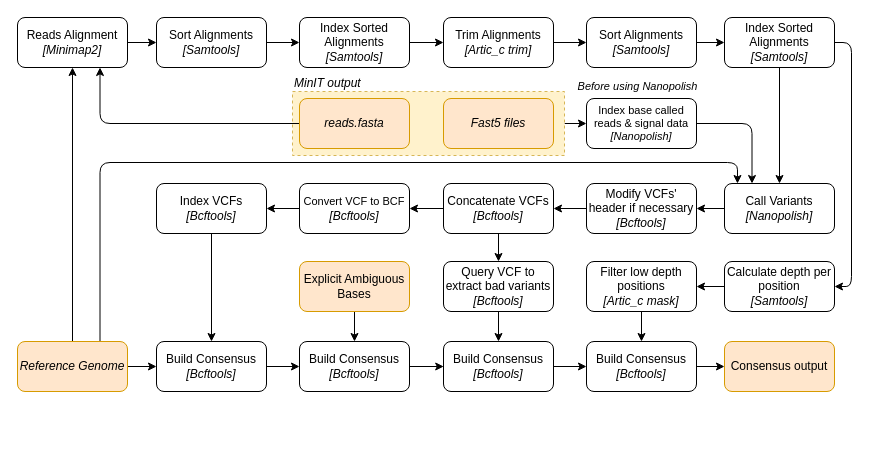
Before: page "ArticPipeline" (9 of 12) of server_mobile_connection.drawio in hiruna72/f5n, a draw.io diagram. Source tidied: cells renumbered, new cells numbered last; positions are measured from the earlier drawing's top-left corner, leaving out a move shared by most shapes. Both pictures are drawn from the tidied source at 100%, with x=0, y=0 at pixel (17, 17).
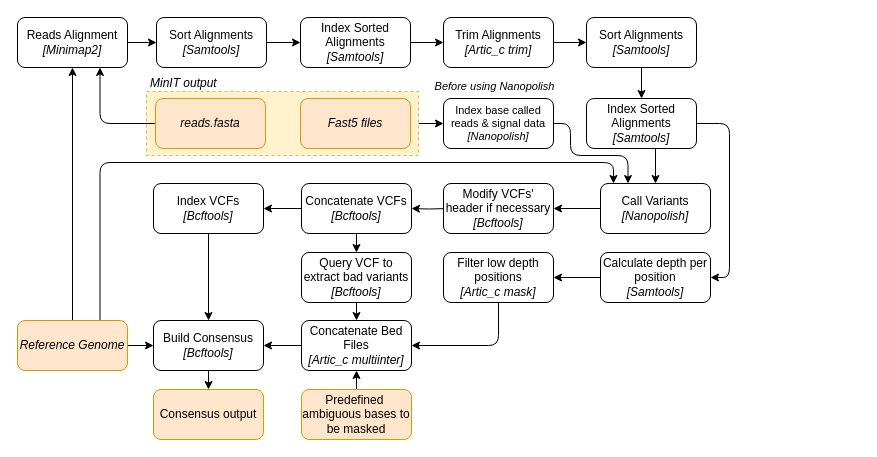
Above is the later version.

The change refers to these unchanged cells:
```xml
<mxCell id="24" value="Sort Alignments&lt;br&gt;&lt;div&gt;&lt;i&gt;[Samtools]&lt;br&gt;&lt;/i&gt;&lt;/div&gt;" style="rounded=1;whiteSpace=wrap;html=1;" parent="1" vertex="1">
  <mxGeometry x="569" width="110" height="50" as="geometry" />
</mxCell>
```

What changed in the source:
```diff
@@
     <mxCell id="3" style="rounded=0;whiteSpace=wrap;html=1;fillColor=#fff2cc;strokeColor=#d6b656;dashed=1;" parent="1" vertex="1">
-      <mxGeometry x="275" y="74" width="272" height="64" as="geometry" />
+      <mxGeometry x="129" y="74" width="272" height="64" as="geometry" />
     </mxCell>
@@
     <mxCell id="5" style="edgeStyle=orthogonalEdgeStyle;rounded=1&#10;;jettySize=auto;html=1;exitX=0.75;exitY=0;exitDx=0;exitDy=0;entryX=0.118;entryY=0;entryDx=0;entryDy=0;entryPerimeter=0;" parent="1" edge="1" source="7" target="26">
       <mxGeometry relative="1" as="geometry">
         <Array as="points">
-          <mxPoint x="82" y="145" />
-          <mxPoint x="720" y="145" />
+          <mxPoint x="83" y="145" />
+          <mxPoint x="596" y="145" />
         </Array>
       </mxGeometry>
     </mxCell>
@@
     <mxCell id="7" value="&lt;i&gt;Reference Genome&lt;/i&gt;" style="rounded=1;whiteSpace=wrap;html=1;fillColor=#ffe6cc;strokeColor=#d79b00;" parent="1" vertex="1">
-      <mxGeometry y="324" width="110" height="50" as="geometry" />
+      <mxGeometry y="303" width="110" height="50" as="geometry" />
     </mxCell>
     <mxCell id="8" value="&lt;i&gt;Fast5 files&lt;/i&gt;" style="rounded=1;whiteSpace=wrap;html=1;fillColor=#ffe6cc;strokeColor=#d79b00;" parent="1" vertex="1">
-      <mxGeometry x="426" y="81" width="110" height="50" as="geometry" />
+      <mxGeometry x="283" y="81" width="110" height="50" as="geometry" />
     </mxCell>
@@
     <mxCell id="10" value="&lt;i&gt;reads.fasta&lt;/i&gt;" style="rounded=1;whiteSpace=wrap;html=1;fillColor=#ffe6cc;strokeColor=#d79b00;" parent="1" vertex="1">
-      <mxGeometry x="282" y="81" width="110" height="50" as="geometry" />
+      <mxGeometry x="138" y="81" width="110" height="50" as="geometry" />
     </mxCell>
@@
     <mxCell id="16" value="Index Sorted Alignments&lt;br&gt;&lt;div&gt;&lt;i&gt;[Samtools]&lt;br&gt;&lt;/i&gt;&lt;/div&gt;" style="rounded=1;whiteSpace=wrap;html=1;" parent="1" vertex="1">
-      <mxGeometry x="282" width="110" height="50" as="geometry" />
+      <mxGeometry x="283" width="110" height="50" as="geometry" />
     </mxCell>
     <mxCell id="17" style="edgeStyle=orthogonalEdgeStyle;rounded=1;jettySize=auto;html=1;exitX=1;exitY=0.5;exitDx=0;exitDy=0;entryX=0.25;entryY=0;entryDx=0;entryDy=0;" parent="1" edge="1" source="18" target="26">
-      <mxGeometry relative="1" as="geometry" />
+      <mxGeometry relative="1" as="geometry">
+        <Array as="points">
+          <mxPoint x="553" y="106" />
+          <mxPoint x="553" y="138" />
+          <mxPoint x="611" y="138" />
+        </Array>
+      </mxGeometry>
     </mxCell>
     <mxCell id="18" value="&lt;div style=&quot;font-size: 11px&quot;&gt;&lt;font style=&quot;font-size: 11px&quot;&gt;Index base called reads &amp;amp; signal data&lt;/font&gt;&lt;/div&gt;&lt;div style=&quot;font-size: 11px&quot;&gt;&lt;font style=&quot;font-size: 11px&quot;&gt;&lt;i&gt;[Nanopolish&lt;/i&gt;&lt;/font&gt;&lt;i&gt;]&lt;/i&gt;&lt;/div&gt;" style="rounded=1;whiteSpace=wrap;html=1;" parent="1" vertex="1">
-      <mxGeometry x="569" y="81" width="110" height="50" as="geometry" />
+      <mxGeometry x="426" y="81" width="110" height="50" as="geometry" />
     </mxCell>
     <mxCell id="19" value="&lt;i&gt;MinIT output&lt;/i&gt;" style="text;html=1;align=left;verticalAlign=top;spacingTop=-4;" parent="1" vertex="1">
-      <mxGeometry x="275" y="56" width="80" height="20" as="geometry" />
+      <mxGeometry x="131" y="56" width="80" height="20" as="geometry" />
     </mxCell>
     <mxCell id="20" value="&lt;div style=&quot;font-size: 11px&quot; align=&quot;center&quot;&gt;&lt;font style=&quot;font-size: 11px&quot;&gt;&lt;i&gt;&lt;font style=&quot;font-size: 11px&quot;&gt;Before using Nanopolish&lt;/font&gt;&lt;/i&gt;&lt;/font&gt;&lt;/div&gt;" style="text;html=1;align=center;verticalAlign=top;spacingTop=-4;" parent="1" vertex="1">
-      <mxGeometry x="555" y="60" width="130" height="14" as="geometry" />
+      <mxGeometry x="412" y="60" width="130" height="14" as="geometry" />
     </mxCell>
@@
-    <mxCell id="23" style="edgeStyle=orthogonalEdgeStyle;rounded=0;jettySize=auto;html=1;exitX=1;exitY=0.5;exitDx=0;exitDy=0;entryX=0;entryY=0.5;entryDx=0;entryDy=0;" parent="1" edge="1" source="24" target="51">
+    <mxCell id="23" style="edgeStyle=orthogonalEdgeStyle;rounded=0;jettySize=auto;html=1;exitX=0.5;exitY=1;exitDx=0;exitDy=0;" parent="1" edge="1" source="24" target="51">
       <mxGeometry relative="1" as="geometry" />
     </mxCell>
@@
     <mxCell id="26" value="&lt;div&gt;Call Variants&lt;br&gt;&lt;/div&gt;&lt;div&gt;&lt;i&gt;[Nanopolish]&lt;/i&gt;&lt;/div&gt;" style="rounded=1;whiteSpace=wrap;html=1;" parent="1" vertex="1">
-      <mxGeometry x="707" y="166" width="110" height="50" as="geometry" />
+      <mxGeometry x="583" y="166" width="110" height="50" as="geometry" />
     </mxCell>
-    <mxCell id="27" style="edgeStyle=orthogonalEdgeStyle;rounded=0;jettySize=auto;html=1;" parent="1" edge="1" source="28" target="31">
-      <mxGeometry relative="1" as="geometry" />
+    <mxCell id="27" style="edgeStyle=orthogonalEdgeStyle;rounded=0;jettySize=auto;html=1;" parent="1" edge="1" target="31">
+      <mxGeometry relative="1" as="geometry">
+        <mxPoint x="431" y="191" as="sourcePoint" />
+      </mxGeometry>
     </mxCell>
     <mxCell id="28" value="Modify VCFs' header if necessary&lt;br&gt;&lt;div&gt;&lt;i&gt;[Bcftools]&lt;br&gt;&lt;/i&gt;&lt;/div&gt;" style="rounded=1;whiteSpace=wrap;html=1;" parent="1" vertex="1">
-      <mxGeometry x="569" y="166" width="110" height="50" as="geometry" />
+      <mxGeometry x="426" y="166" width="110" height="50" as="geometry" />
     </mxCell>
-    <mxCell id="29" style="edgeStyle=orthogonalEdgeStyle;rounded=0;jettySize=auto;html=1;" parent="1" edge="1" source="31" target="33">
+    <mxCell id="29" style="edgeStyle=orthogonalEdgeStyle;rounded=0;jettySize=auto;html=1;entryX=1;entryY=0.5;entryDx=0;entryDy=0;" parent="1" edge="1" source="31" target="35">
       <mxGeometry relative="1" as="geometry" />
     </mxCell>
@@
     <mxCell id="31" value="Concatenate VCFs &lt;br&gt;&lt;div&gt;&lt;i&gt;[Bcftools]&lt;br&gt;&lt;/i&gt;&lt;/div&gt;" style="rounded=1;whiteSpace=wrap;html=1;" parent="1" vertex="1">
-      <mxGeometry x="426" y="166" width="110" height="50" as="geometry" />
+      <mxGeometry x="284" y="166" width="110" height="50" as="geometry" />
     </mxCell>
-    <mxCell id="32" style="edgeStyle=orthogonalEdgeStyle;rounded=0;jettySize=auto;html=1;" parent="1" edge="1" source="33" target="35">
-      <mxGeometry relative="1" as="geometry" />
-    </mxCell>
-    <mxCell id="33" value="&lt;font style=&quot;font-size: 11px&quot;&gt;Convert VCF to BCF&lt;/font&gt; &lt;br&gt;&lt;div&gt;&lt;i&gt;[Bcftools]&lt;br&gt;&lt;/i&gt;&lt;/div&gt;" style="rounded=1;whiteSpace=wrap;html=1;" parent="1" vertex="1">
-      <mxGeometry x="282" y="166" width="110" height="50" as="geometry" />
-    </mxCell>
@@
     <mxCell id="35" value="Index VCFs &lt;br&gt;&lt;div&gt;&lt;i&gt;[Bcftools]&lt;br&gt;&lt;/i&gt;&lt;/div&gt;" style="rounded=1;whiteSpace=wrap;html=1;" parent="1" vertex="1">
-      <mxGeometry x="139" y="166" width="110" height="50" as="geometry" />
+      <mxGeometry x="136" y="166" width="110" height="50" as="geometry" />
     </mxCell>
-    <mxCell id="36" style="edgeStyle=orthogonalEdgeStyle;rounded=0;jettySize=auto;html=1;exitX=0.5;exitY=1;exitDx=0;exitDy=0;entryX=0.5;entryY=0;entryDx=0;entryDy=0;" parent="1" edge="1" source="37" target="47">
-      <mxGeometry relative="1" as="geometry" />
-    </mxCell>
+    <mxCell id="56" style="edgeStyle=orthogonalEdgeStyle;rounded=1&#10;;jettySize=auto;html=1;exitX=0.5;exitY=1;exitDx=0;exitDy=0;entryX=1;entryY=0.5;entryDx=0;entryDy=0;" parent="1" edge="1" source="37" target="45">
+      <mxGeometry relative="1" as="geometry" />
+    </mxCell>
     <mxCell id="37" value="Filter low &lt;font style=&quot;font-size: 12px&quot;&gt;depth positions&lt;/font&gt;&lt;font style=&quot;font-size: 12px&quot;&gt;&lt;br&gt;&lt;/font&gt;&lt;div&gt;&lt;font style=&quot;font-size: 12px&quot;&gt;&lt;i&gt;[Artic_c mask]&lt;br&gt;&lt;/i&gt;&lt;/font&gt;&lt;/div&gt;" style="rounded=1;whiteSpace=wrap;html=1;" parent="1" vertex="1">
-      <mxGeometry x="569" y="244" width="110" height="50" as="geometry" />
+      <mxGeometry x="426" y="235" width="110" height="50" as="geometry" />
     </mxCell>
@@
     <mxCell id="39" value="Query VCF to extract bad variants&lt;br&gt;&lt;div&gt;&lt;i&gt;[Bcftools]&lt;br&gt;&lt;/i&gt;&lt;/div&gt;" style="rounded=1;whiteSpace=wrap;html=1;" parent="1" vertex="1">
-      <mxGeometry x="426" y="244" width="110" height="50" as="geometry" />
+      <mxGeometry x="284" y="235" width="110" height="50" as="geometry" />
     </mxCell>
-    <mxCell id="40" style="edgeStyle=orthogonalEdgeStyle;rounded=0;jettySize=auto;html=1;exitX=0.5;exitY=1;exitDx=0;exitDy=0;entryX=0.5;entryY=0;entryDx=0;entryDy=0;" parent="1" edge="1" source="41" target="55">
-      <mxGeometry relative="1" as="geometry" />
-    </mxCell>
+    <mxCell id="57" style="edgeStyle=orthogonalEdgeStyle;rounded=0;jettySize=auto;html=1;exitX=0.5;exitY=0;exitDx=0;exitDy=0;entryX=0.5;entryY=1;entryDx=0;entryDy=0;" parent="1" edge="1" source="41" target="45">
+      <mxGeometry relative="1" as="geometry" />
+    </mxCell>
-    <mxCell id="41" value="Explicit Ambiguous Bases" style="rounded=1;whiteSpace=wrap;html=1;fillColor=#ffe6cc;strokeColor=#d79b00;" parent="1" vertex="1">
-      <mxGeometry x="282" y="244" width="110" height="50" as="geometry" />
+    <mxCell id="41" value="Predefined&amp;nbsp; ambiguous bases to be masked" style="rounded=1;whiteSpace=wrap;html=1;fillColor=#ffe6cc;strokeColor=#d79b00;" parent="1" vertex="1">
+      <mxGeometry x="284" y="372" width="110" height="50" as="geometry" />
     </mxCell>
-    <mxCell id="42" style="edgeStyle=orthogonalEdgeStyle;rounded=0;jettySize=auto;html=1;exitX=1;exitY=0.5;exitDx=0;exitDy=0;entryX=0;entryY=0.5;entryDx=0;entryDy=0;" parent="1" edge="1" source="43" target="55">
-      <mxGeometry relative="1" as="geometry" />
-    </mxCell>
+    <mxCell id="58" style="edgeStyle=orthogonalEdgeStyle;rounded=0;jettySize=auto;html=1;exitX=0.5;exitY=1;exitDx=0;exitDy=0;entryX=0.5;entryY=0;entryDx=0;entryDy=0;" parent="1" edge="1" source="43" target="48">
+      <mxGeometry relative="1" as="geometry" />
+    </mxCell>
     <mxCell id="43" value="Build Consensus&lt;br&gt;&lt;div&gt;&lt;i&gt;[Bcftools]&lt;br&gt;&lt;/i&gt;&lt;/div&gt;" style="rounded=1;whiteSpace=wrap;html=1;" parent="1" vertex="1">
-      <mxGeometry x="139" y="324" width="110" height="50" as="geometry" />
+      <mxGeometry x="136" y="303" width="110" height="50" as="geometry" />
     </mxCell>
-    <mxCell id="44" style="edgeStyle=orthogonalEdgeStyle;rounded=0;jettySize=auto;html=1;exitX=1;exitY=0.5;exitDx=0;exitDy=0;entryX=0;entryY=0.5;entryDx=0;entryDy=0;" parent="1" edge="1" source="45" target="47">
-      <mxGeometry relative="1" as="geometry" />
-    </mxCell>
+    <mxCell id="59" style="edgeStyle=orthogonalEdgeStyle;rounded=0;jettySize=auto;html=1;exitX=0;exitY=0.5;exitDx=0;exitDy=0;entryX=1;entryY=0.5;entryDx=0;entryDy=0;" parent="1" edge="1" source="45" target="43">
+      <mxGeometry relative="1" as="geometry" />
+    </mxCell>
-    <mxCell id="45" value="Build Consensus&lt;br&gt;&lt;div&gt;&lt;i&gt;[Bcftools]&lt;br&gt;&lt;/i&gt;&lt;/div&gt;" style="rounded=1;whiteSpace=wrap;html=1;" parent="1" vertex="1">
-      <mxGeometry x="426" y="324" width="110" height="50" as="geometry" />
+    <mxCell id="45" value="Concatenate Bed Files&lt;br&gt;&lt;div&gt;&lt;i&gt;[Artic_c multiinter]&lt;br&gt;&lt;/i&gt;&lt;/div&gt;" style="rounded=1;whiteSpace=wrap;html=1;" parent="1" vertex="1">
+      <mxGeometry x="284" y="303" width="110" height="50" as="geometry" />
     </mxCell>
-    <mxCell id="46" style="edgeStyle=orthogonalEdgeStyle;rounded=0;jettySize=auto;html=1;exitX=1;exitY=0.5;exitDx=0;exitDy=0;entryX=0;entryY=0.5;entryDx=0;entryDy=0;" parent="1" edge="1" source="47" target="48">
-      <mxGeometry relative="1" as="geometry" />
-    </mxCell>
-    <mxCell id="47" value="Build Consensus&lt;br&gt;&lt;div&gt;&lt;i&gt;[Bcftools]&lt;br&gt;&lt;/i&gt;&lt;/div&gt;" style="rounded=1;whiteSpace=wrap;html=1;" parent="1" vertex="1">
-      <mxGeometry x="569" y="324" width="110" height="50" as="geometry" />
-    </mxCell>
     <mxCell id="48" value="Consensus output" style="rounded=1;whiteSpace=wrap;html=1;fillColor=#ffe6cc;strokeColor=#d79b00;" parent="1" vertex="1">
-      <mxGeometry x="707" y="324" width="110" height="50" as="geometry" />
+      <mxGeometry x="136" y="372" width="110" height="50" as="geometry" />
     </mxCell>
@@
     <mxCell id="50" style="edgeStyle=orthogonalEdgeStyle;rounded=1;jettySize=auto;html=1;exitX=1;exitY=0.5;exitDx=0;exitDy=0;entryX=1;entryY=0.5;entryDx=0;entryDy=0;" parent="1" edge="1" source="51" target="53">
       <mxGeometry relative="1" as="geometry">
         <Array as="points">
-          <mxPoint x="834" y="25" />
-          <mxPoint x="834" y="269" />
+          <mxPoint x="712" y="106" />
+          <mxPoint x="712" y="260" />
         </Array>
       </mxGeometry>
     </mxCell>
     <mxCell id="51" value="Index Sorted Alignments&lt;br&gt;&lt;div&gt;&lt;i&gt;[Samtools]&lt;br&gt;&lt;/i&gt;&lt;/div&gt;" style="rounded=1;whiteSpace=wrap;html=1;" parent="1" vertex="1">
-      <mxGeometry x="707" width="110" height="50" as="geometry" />
+      <mxGeometry x="569" y="81" width="110" height="50" as="geometry" />
     </mxCell>
@@
     <mxCell id="53" value="Calculate depth per position&lt;br&gt;&lt;div&gt;&lt;i&gt;[Samtools]&lt;br&gt;&lt;/i&gt;&lt;/div&gt;" style="rounded=1;whiteSpace=wrap;html=1;" parent="1" vertex="1">
-      <mxGeometry x="707" y="244" width="110" height="50" as="geometry" />
+      <mxGeometry x="583" y="235" width="110" height="50" as="geometry" />
     </mxCell>
-    <mxCell id="54" style="edgeStyle=orthogonalEdgeStyle;rounded=0;jettySize=auto;html=1;exitX=1;exitY=0.5;exitDx=0;exitDy=0;entryX=0.002;entryY=0.495;entryDx=0;entryDy=0;entryPerimeter=0;" parent="1" edge="1" source="55" target="45">
-      <mxGeometry relative="1" as="geometry" />
-    </mxCell>
-    <mxCell id="55" value="Build Consensus&lt;br&gt;&lt;div&gt;&lt;i&gt;[Bcftools]&lt;br&gt;&lt;/i&gt;&lt;/div&gt;" style="rounded=1;whiteSpace=wrap;html=1;" parent="1" vertex="1">
-      <mxGeometry x="282" y="324" width="110" height="50" as="geometry" />
-    </mxCell>
```
